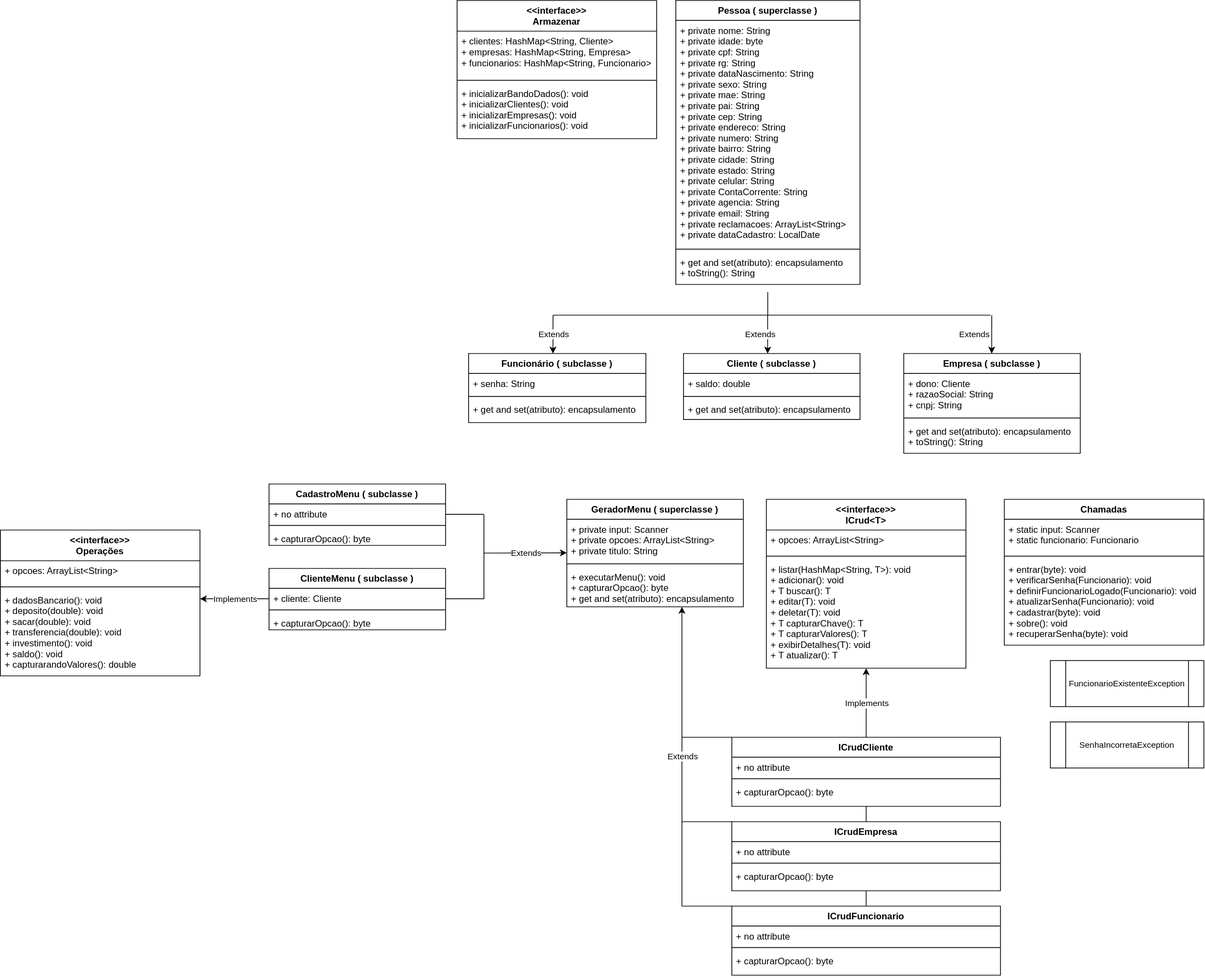
Before: Diagrama sem nome.drawio.svg, a diagram exported from draw.io (ArthurEstevan/redesenvolvimento-conta-bancaria-v2.0). Source tidied: cells renumbered, new cells last; positions are measured from the earlier drawing's top-left corner, leaving out a move shared by most shapes.
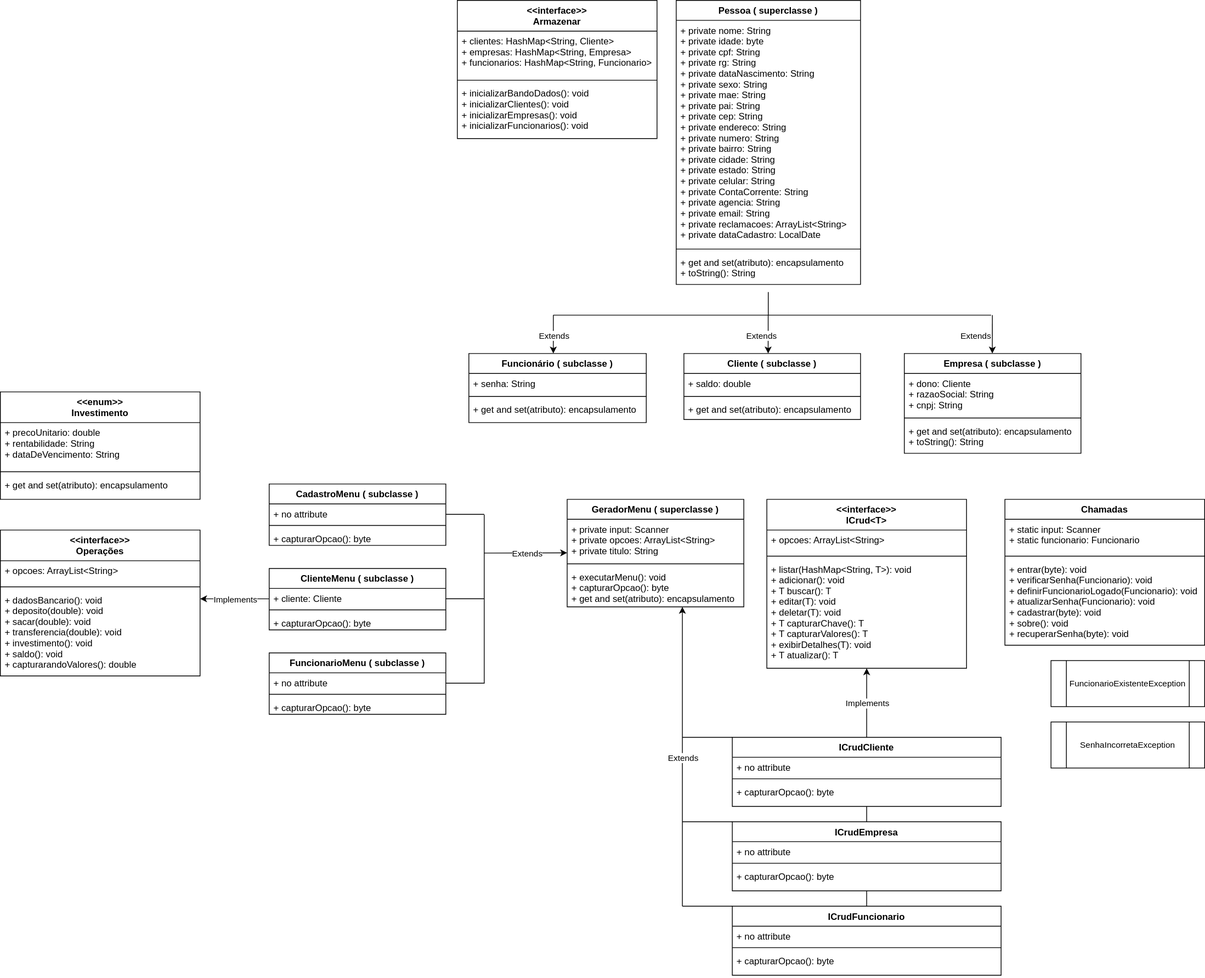
The same diagram one commit later.

What changed in the source:
```diff
@@ -277,7 +277,7 @@
     </mxCell>
     <mxCell id="78" style="endArrow=none;html=1;rounded=0;" parent="1" edge="1">
       <mxGeometry relative="1" as="geometry">
-        <mxPoint x="630" y="780" as="sourcePoint" />
+        <mxPoint x="630" y="890" as="sourcePoint" />
         <mxPoint x="630" y="670" as="targetPoint" />
       </mxGeometry>
     </mxCell>
@@ -302,5 +302,35 @@
     <mxCell id="84" value="Implements" style="edgeLabel;html=1;align=center;verticalAlign=middle;fontSize=11;" parent="83" vertex="1">
       <mxGeometry relative="1" as="geometry" />
     </mxCell>
+    <mxCell id="85" value="&lt;&lt;enum&gt;&gt;&#10;Investimento" style="swimlane;fontStyle=1;align=center;verticalAlign=top;horizontal=1;startSize=40;" parent="1" vertex="1">
+      <mxGeometry y="510" width="260" height="140" as="geometry" />
+    </mxCell>
+    <mxCell id="86" value="+ precoUnitario: double&#10;+ rentabilidade: String&#10;+ dataDeVencimento: String&#10;" style="text;strokeColor=none;fillColor=none;align=left;verticalAlign=top;spacingLeft=4;spacingRight=4;overflow=hidden;" parent="85" vertex="1">
+      <mxGeometry y="40" width="260" height="60" as="geometry" />
+    </mxCell>
+    <mxCell id="87" style="line;strokeWidth=1;fillColor=none;align=left;verticalAlign=middle;spacingTop=-1;spacingLeft=3;spacingRight=3;labelPosition=right;" parent="85" vertex="1">
+      <mxGeometry y="100" width="260" height="8" as="geometry" />
+    </mxCell>
+    <mxCell id="88" value="+ get and set(atributo): encapsulamento" style="text;strokeColor=none;fillColor=none;align=left;verticalAlign=top;spacingLeft=4;spacingRight=4;overflow=hidden;" parent="85" vertex="1">
+      <mxGeometry y="108" width="260" height="32" as="geometry" />
+    </mxCell>
+    <mxCell id="89" value="FuncionarioMenu ( subclasse )" style="swimlane;fontStyle=1;align=center;verticalAlign=top;horizontal=1;startSize=26;" parent="1" vertex="1">
+      <mxGeometry x="350" y="850" width="230" height="80" as="geometry" />
+    </mxCell>
+    <mxCell id="90" value="+ no attribute" style="text;strokeColor=none;fillColor=none;align=left;verticalAlign=top;spacingLeft=4;spacingRight=4;overflow=hidden;" parent="89" vertex="1">
+      <mxGeometry y="26" width="230" height="24" as="geometry" />
+    </mxCell>
+    <mxCell id="91" style="line;strokeWidth=1;fillColor=none;align=left;verticalAlign=middle;spacingTop=-1;spacingLeft=3;spacingRight=3;labelPosition=right;" parent="89" vertex="1">
+      <mxGeometry y="50" width="230" height="8" as="geometry" />
+    </mxCell>
+    <mxCell id="92" value="+ capturarOpcao(): byte" style="text;strokeColor=none;fillColor=none;align=left;verticalAlign=top;spacingLeft=4;spacingRight=4;overflow=hidden;" parent="89" vertex="1">
+      <mxGeometry y="58" width="230" height="22" as="geometry" />
+    </mxCell>
+    <mxCell id="93" style="endArrow=none;html=1;rounded=0;" parent="1" edge="1">
+      <mxGeometry relative="1" as="geometry">
+        <mxPoint x="580" y="889.5" as="sourcePoint" />
+        <mxPoint x="630" y="889.5" as="targetPoint" />
+      </mxGeometry>
+    </mxCell>
   </root>
 </mxGraphModel>
```
